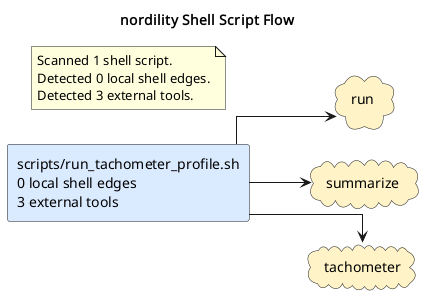
The PlantUML diagram docs/diagrams/shell-call-graph.puml.png in casonk/nordility, before a commit.
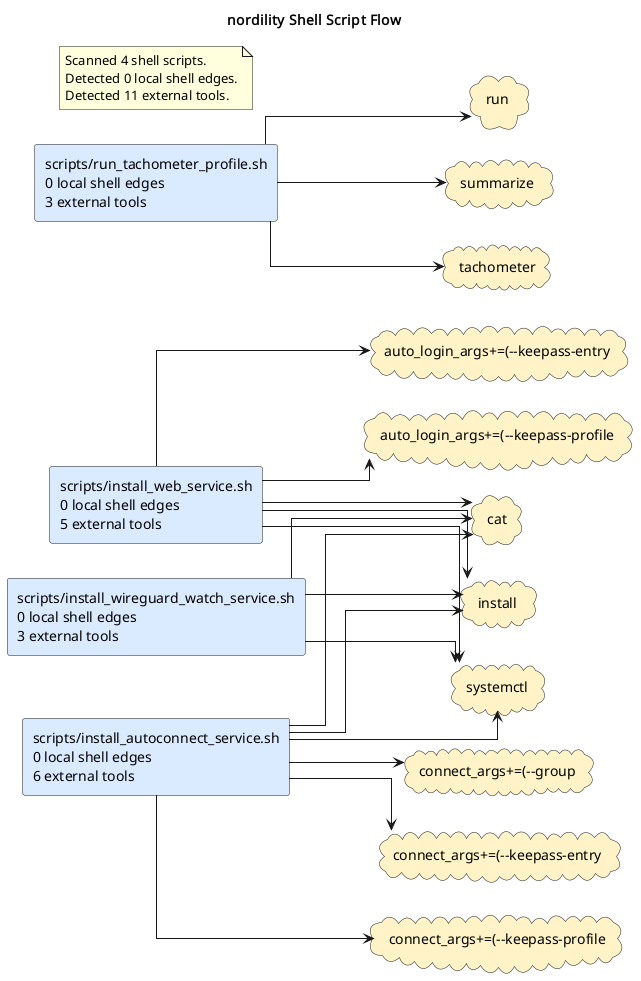
The same file after the commit.

Change to the diagram source:
```diff
@@ -5,16 +5,41 @@
 skinparam defaultFontName Monospace
 skinparam componentStyle rectangle
 skinparam linetype ortho
+rectangle "scripts/install_autoconnect_service.sh\n0 local shell edges\n6 external tools" as shell_scripts_install_autoconnect_service_sh #DBEAFE
+rectangle "scripts/install_web_service.sh\n0 local shell edges\n5 external tools" as shell_scripts_install_web_service_sh #DBEAFE
+rectangle "scripts/install_wireguard_watch_service.sh\n0 local shell edges\n3 external tools" as shell_scripts_install_wireguard_watch_service_sh #DBEAFE
 rectangle "scripts/run_tachometer_profile.sh\n0 local shell edges\n3 external tools" as shell_scripts_run_tachometer_profile_sh #DBEAFE
+cloud "auto_login_args+=(--keepass-entry" as tool_auto_login_args_keepass_entry #FEF3C7
+cloud "auto_login_args+=(--keepass-profile" as tool_auto_login_args_keepass_profile #FEF3C7
+cloud "cat" as tool_cat #FEF3C7
+cloud "connect_args+=(--group" as tool_connect_args_group #FEF3C7
+cloud "connect_args+=(--keepass-entry" as tool_connect_args_keepass_entry #FEF3C7
+cloud "connect_args+=(--keepass-profile" as tool_connect_args_keepass_profile #FEF3C7
+cloud "install" as tool_install #FEF3C7
 cloud "run" as tool_run #FEF3C7
 cloud "summarize" as tool_summarize #FEF3C7
+cloud "systemctl" as tool_systemctl #FEF3C7
 cloud "tachometer" as tool_tachometer #FEF3C7
+shell_scripts_install_autoconnect_service_sh --> tool_cat
+shell_scripts_install_autoconnect_service_sh --> tool_connect_args_group
+shell_scripts_install_autoconnect_service_sh --> tool_connect_args_keepass_entry
+shell_scripts_install_autoconnect_service_sh --> tool_connect_args_keepass_profile
+shell_scripts_install_autoconnect_service_sh --> tool_install
+shell_scripts_install_autoconnect_service_sh --> tool_systemctl
+shell_scripts_install_web_service_sh --> tool_auto_login_args_keepass_entry
+shell_scripts_install_web_service_sh --> tool_auto_login_args_keepass_profile
+shell_scripts_install_web_service_sh --> tool_cat
+shell_scripts_install_web_service_sh --> tool_install
+shell_scripts_install_web_service_sh --> tool_systemctl
+shell_scripts_install_wireguard_watch_service_sh --> tool_cat
+shell_scripts_install_wireguard_watch_service_sh --> tool_install
+shell_scripts_install_wireguard_watch_service_sh --> tool_systemctl
 shell_scripts_run_tachometer_profile_sh --> tool_run
 shell_scripts_run_tachometer_profile_sh --> tool_summarize
 shell_scripts_run_tachometer_profile_sh --> tool_tachometer
 note as shellGraphSummary
-Scanned 1 shell script.
+Scanned 4 shell scripts.
 Detected 0 local shell edges.
-Detected 3 external tools.
+Detected 11 external tools.
 end note
 @enduml
```
